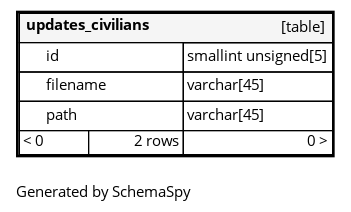
Earlier version of the Graphviz export diagrams/tables/updates_civilians.1degree.png (ta-forever/db). Its source is kept beside it as diagrams/tables/updates_civilians.1degree.dot. Its diagram source:
```dot
digraph "oneDegreeRelationshipsDiagram" {
  graph [    rankdir="RL"    bgcolor="#ffffff"    label="\nGenerated by SchemaSpy"    labeljust="l"    nodesep="0.18"    ranksep="0.46"    fontname="Helvetica"    fontsize="11"    ration="compress"  ];  node [    fontname="Helvetica"    fontsize="11"    shape="plaintext"  ];  edge [    arrowsize="0.8"  ];
  "updates_civilians" [
   label=<
    <TABLE BORDER="2" CELLBORDER="1" CELLSPACING="0" BGCOLOR="#ffffff">
      <TR><TD COLSPAN="4"  BGCOLOR="#f5f5f5"><TABLE BORDER="0" CELLSPACING="0"><TR><TD ALIGN="LEFT" FIXEDSIZE="TRUE" WIDTH="102" HEIGHT="16"><B>updates_civilians</B></TD><TD ALIGN="RIGHT">[table]</TD></TR></TABLE></TD></TR>
      <TR><TD PORT="id" COLSPAN="2" BGCOLOR="#ffffff" ALIGN="LEFT"><TABLE BORDER="0" CELLSPACING="0" ALIGN="LEFT"><TR ALIGN="LEFT"><TD ALIGN="LEFT" FIXEDSIZE="TRUE" WIDTH="15" HEIGHT="16"></TD><TD ALIGN="LEFT" FIXEDSIZE="TRUE" WIDTH="102" HEIGHT="16">id</TD></TR></TABLE></TD><TD PORT="id.type" ALIGN="LEFT">smallint unsigned[5]</TD></TR>
      <TR><TD PORT="filename" COLSPAN="2" ALIGN="LEFT"><TABLE BORDER="0" CELLSPACING="0" ALIGN="LEFT"><TR ALIGN="LEFT"><TD ALIGN="LEFT" FIXEDSIZE="TRUE" WIDTH="15" HEIGHT="16"></TD><TD ALIGN="LEFT" FIXEDSIZE="TRUE" WIDTH="102" HEIGHT="16">filename</TD></TR></TABLE></TD><TD PORT="filename.type" ALIGN="LEFT">varchar[45]</TD></TR>
      <TR><TD PORT="path" COLSPAN="2" ALIGN="LEFT"><TABLE BORDER="0" CELLSPACING="0" ALIGN="LEFT"><TR ALIGN="LEFT"><TD ALIGN="LEFT" FIXEDSIZE="TRUE" WIDTH="15" HEIGHT="16"></TD><TD ALIGN="LEFT" FIXEDSIZE="TRUE" WIDTH="102" HEIGHT="16">path</TD></TR></TABLE></TD><TD PORT="path.type" ALIGN="LEFT">varchar[45]</TD></TR>
      <TR><TD ALIGN="LEFT" BGCOLOR="#ffffff">&lt; 0</TD><TD ALIGN="RIGHT" BGCOLOR="#ffffff">2 rows</TD><TD ALIGN="RIGHT" BGCOLOR="#ffffff">0 &gt;</TD></TR>
    </TABLE>>
    URL="updates_civilians.html"
    target="_top"
    tooltip="updates_civilians"
  ];
}
```
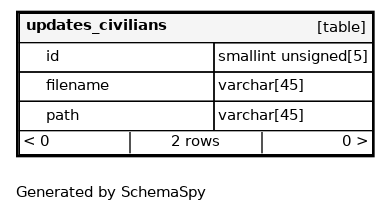
After the commit.

Diff of the diagram source:
```diff
@@ -1,13 +1,13 @@
 digraph "oneDegreeRelationshipsDiagram" {
-  graph [    rankdir="RL"    bgcolor="#ffffff"    label="\nGenerated by SchemaSpy"    labeljust="l"    nodesep="0.18"    ranksep="0.46"    fontname="Helvetica"    fontsize="11"    ration="compress"  ];  node [    fontname="Helvetica"    fontsize="11"    shape="plaintext"  ];  edge [    arrowsize="0.8"  ];
+  graph [    rankdir="RL"    bgcolor="#ffffff"    label="\nGenerated by SchemaSpy"    labeljust="l"    nodesep="0.18"    ranksep="0.46"    fontname="Helvetica"    fontsize="11"    packmode="graph"  ];  node [    fontname="Helvetica"    fontsize="11"    shape="plaintext"  ];  edge [    arrowsize="0.8"  ];
   "updates_civilians" [
    label=<
     <TABLE BORDER="2" CELLBORDER="1" CELLSPACING="0" BGCOLOR="#ffffff">
-      <TR><TD COLSPAN="4"  BGCOLOR="#f5f5f5"><TABLE BORDER="0" CELLSPACING="0"><TR><TD ALIGN="LEFT" FIXEDSIZE="TRUE" WIDTH="102" HEIGHT="16"><B>updates_civilians</B></TD><TD ALIGN="RIGHT">[table]</TD></TR></TABLE></TD></TR>
-      <TR><TD PORT="id" COLSPAN="2" BGCOLOR="#ffffff" ALIGN="LEFT"><TABLE BORDER="0" CELLSPACING="0" ALIGN="LEFT"><TR ALIGN="LEFT"><TD ALIGN="LEFT" FIXEDSIZE="TRUE" WIDTH="15" HEIGHT="16"></TD><TD ALIGN="LEFT" FIXEDSIZE="TRUE" WIDTH="102" HEIGHT="16">id</TD></TR></TABLE></TD><TD PORT="id.type" ALIGN="LEFT">smallint unsigned[5]</TD></TR>
-      <TR><TD PORT="filename" COLSPAN="2" ALIGN="LEFT"><TABLE BORDER="0" CELLSPACING="0" ALIGN="LEFT"><TR ALIGN="LEFT"><TD ALIGN="LEFT" FIXEDSIZE="TRUE" WIDTH="15" HEIGHT="16"></TD><TD ALIGN="LEFT" FIXEDSIZE="TRUE" WIDTH="102" HEIGHT="16">filename</TD></TR></TABLE></TD><TD PORT="filename.type" ALIGN="LEFT">varchar[45]</TD></TR>
-      <TR><TD PORT="path" COLSPAN="2" ALIGN="LEFT"><TABLE BORDER="0" CELLSPACING="0" ALIGN="LEFT"><TR ALIGN="LEFT"><TD ALIGN="LEFT" FIXEDSIZE="TRUE" WIDTH="15" HEIGHT="16"></TD><TD ALIGN="LEFT" FIXEDSIZE="TRUE" WIDTH="102" HEIGHT="16">path</TD></TR></TABLE></TD><TD PORT="path.type" ALIGN="LEFT">varchar[45]</TD></TR>
-      <TR><TD ALIGN="LEFT" BGCOLOR="#ffffff">&lt; 0</TD><TD ALIGN="RIGHT" BGCOLOR="#ffffff">2 rows</TD><TD ALIGN="RIGHT" BGCOLOR="#ffffff">0 &gt;</TD></TR>
+      <TR><TD COLSPAN="4"  BGCOLOR="#f5f5f5"><TABLE BORDER="0" CELLSPACING="0"><TR><TD ALIGN="LEFT" FIXEDSIZE="TRUE" WIDTH="125" HEIGHT="16"><B>updates_civilians</B></TD><TD ALIGN="RIGHT">[table]</TD></TR></TABLE></TD></TR>
+      <TR><TD PORT="id" COLSPAN="2" BGCOLOR="#ffffff" ALIGN="LEFT"><TABLE BORDER="0" CELLSPACING="0" ALIGN="LEFT"><TR ALIGN="LEFT"><TD ALIGN="LEFT" FIXEDSIZE="TRUE" WIDTH="15" HEIGHT="16"></TD><TD ALIGN="LEFT" FIXEDSIZE="TRUE" WIDTH="125" HEIGHT="16">id</TD></TR></TABLE></TD><TD PORT="id.type" ALIGN="LEFT">smallint unsigned[5]</TD></TR>
+      <TR><TD PORT="filename" COLSPAN="2" ALIGN="LEFT"><TABLE BORDER="0" CELLSPACING="0" ALIGN="LEFT"><TR ALIGN="LEFT"><TD ALIGN="LEFT" FIXEDSIZE="TRUE" WIDTH="15" HEIGHT="16"></TD><TD ALIGN="LEFT" FIXEDSIZE="TRUE" WIDTH="125" HEIGHT="16">filename</TD></TR></TABLE></TD><TD PORT="filename.type" ALIGN="LEFT">varchar[45]</TD></TR>
+      <TR><TD PORT="path" COLSPAN="2" ALIGN="LEFT"><TABLE BORDER="0" CELLSPACING="0" ALIGN="LEFT"><TR ALIGN="LEFT"><TD ALIGN="LEFT" FIXEDSIZE="TRUE" WIDTH="15" HEIGHT="16"></TD><TD ALIGN="LEFT" FIXEDSIZE="TRUE" WIDTH="125" HEIGHT="16">path</TD></TR></TABLE></TD><TD PORT="path.type" ALIGN="LEFT">varchar[45]</TD></TR>
+      <TR><TD ALIGN="LEFT" CELLPADDING="0" BGCOLOR="#ffffff" COLSPAN="4" ><TABLE BORDER="0" CELLBORDER="0" CELLSPACING="0"><TR><TD ALIGN="LEFT" BGCOLOR="#ffffff">&lt; 0</TD><VR/><TD ALIGN="CENTER" BGCOLOR="#ffffff">2 rows</TD><VR/><TD ALIGN="RIGHT" BGCOLOR="#ffffff">0 &gt;</TD></TR></TABLE></TD></TR>
     </TABLE>>
     URL="updates_civilians.html"
     target="_top"
```
